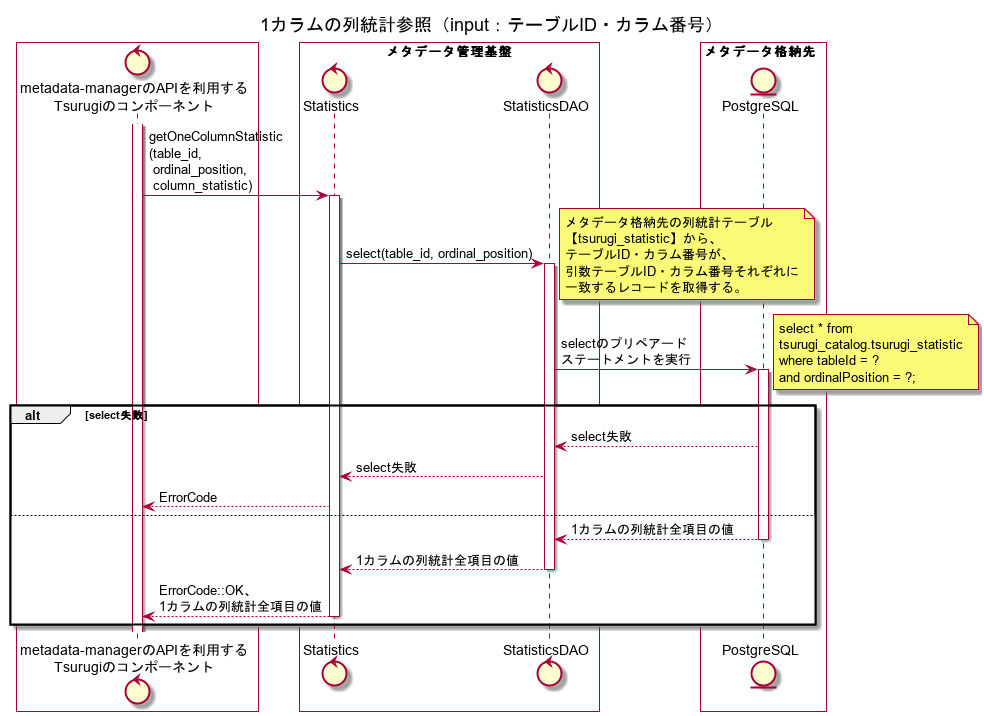
Above: metadata-manager/docs/statistic/02.FD/out/uml/SequenceDiagram_detail/1カラムの列統計参照（input：テーブルID・カラム番号）.png in project-tsurugi/metadata-manager (PlantUML), before the change.
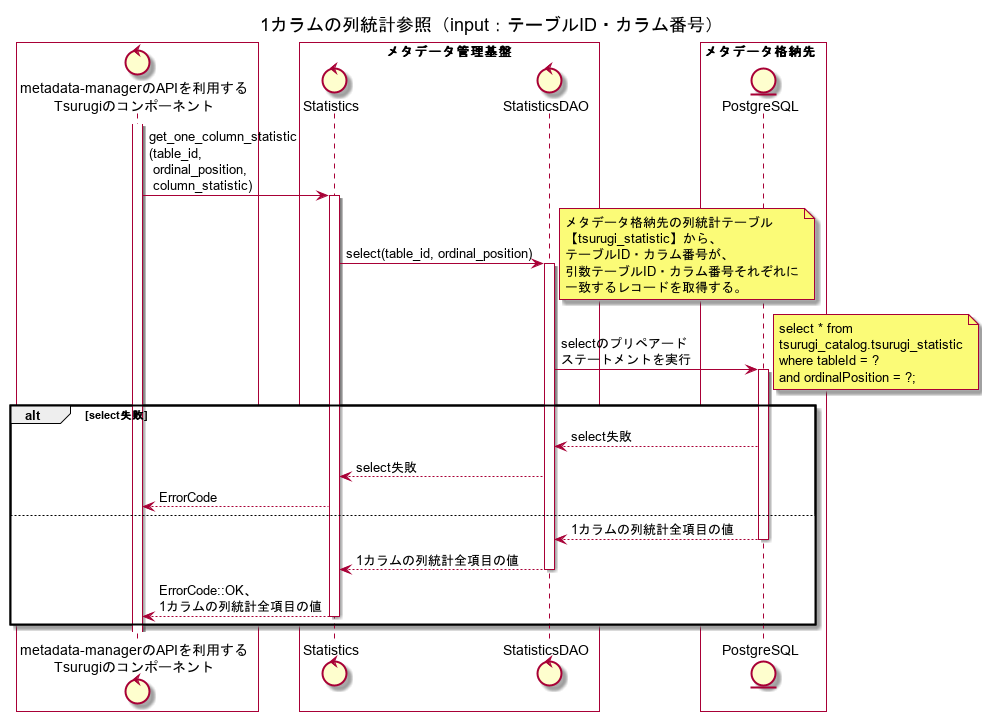
The same diagram one commit later.

What changed in the source:
```diff
@@ -13,7 +13,7 @@
 end box
 
 activate ogawayama
-ogawayama -> Statistics : getOneColumnStatistic\n(table_id,\n ordinal_position,\n column_statistic)
+ogawayama -> Statistics : get_one_column_statistic\n(table_id,\n ordinal_position,\n column_statistic)
 activate Statistics
 Statistics -> StatisticsDAO : select(table_id, ordinal_position)
 note right
```
